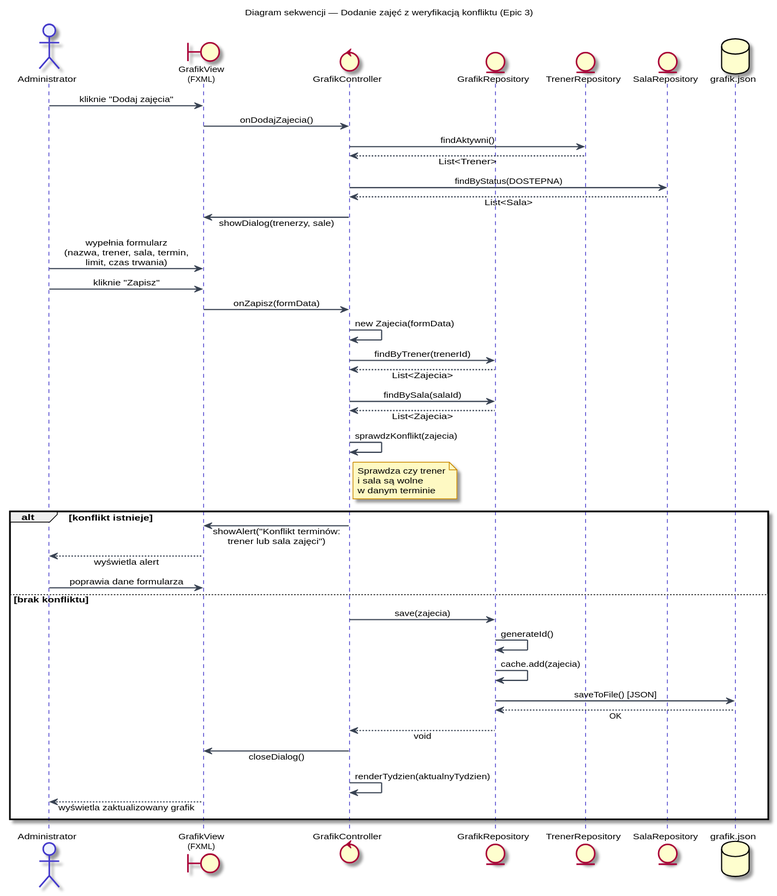
This is docs/SD_DodajZajecia.svg from SliceOf314159/salFit, a PlantUML export, as it was before one commit. Source of this version:
```plantuml
@startuml SD_DodajZajecia
title Diagram sekwencji — Dodanie zajęć z weryfikacją konfliktu (Epic 3)

skinparam defaultFontName Arial
skinparam defaultFontSize 11
skinparam sequenceMessageAlign center
skinparam responseMessageBelowArrow true

skinparam participant {
  BackgroundColor #EEF2FF
  BorderColor #4338CA
  FontColor #1a1f3c
}
skinparam actor {
  BackgroundColor #EEF2FF
  BorderColor #4338CA
}
skinparam sequence {
  ArrowColor #374151
  ArrowThickness 1.5
  LifeLineBorderColor #4338CA
  LifeLineBackgroundColor #E0E7FF
  DividerBackgroundColor #F0FDF4
  DividerBorderColor #16A34A
}
skinparam note {
  BackgroundColor #FEF9C3
  BorderColor #CA8A04
}

actor Administrator
boundary "GrafikView\n(FXML)" as View
control "GrafikController" as Controller
entity "GrafikRepository" as GrafikRepo
entity "TrenerRepository" as TrenerRepo
entity "SalaRepository" as SalaRepo
database "grafik.json" as File

Administrator -> View       : kliknie "Dodaj zajęcia"
View          -> Controller : onDodajZajecia()
Controller    -> TrenerRepo : findAktywni()
TrenerRepo    --> Controller : List<Trener>
Controller    -> SalaRepo   : findByStatus(DOSTEPNA)
SalaRepo      --> Controller : List<Sala>
Controller    -> View       : showDialog(trenerzy, sale)

Administrator -> View       : wypełnia formularz\n(nazwa, trener, sala, termin,\nlimit, czas trwania)
Administrator -> View       : kliknie "Zapisz"
View          -> Controller : onZapisz(formData)

Controller    -> Controller : new Zajecia(formData)
Controller    -> GrafikRepo : findByTrener(trenerId)
GrafikRepo    --> Controller : List<Zajecia>
Controller    -> GrafikRepo : findBySala(salaId)
GrafikRepo    --> Controller : List<Zajecia>
Controller    -> Controller : sprawdzKonflikt(zajecia)

note right of Controller
  Sprawdza czy trener
  i sala są wolne
  w danym terminie
end note

alt konflikt istnieje
  Controller  -> View       : showAlert("Konflikt terminów:\ntrener lub sala zajęci")
  View        --> Administrator : wyświetla alert
  Administrator -> View     : poprawia dane formularza
else brak konfliktu
  Controller  -> GrafikRepo : save(zajecia)
  GrafikRepo  -> GrafikRepo : generateId()
  GrafikRepo  -> GrafikRepo : cache.add(zajecia)
  GrafikRepo  -> File       : saveToFile() [JSON]
  File        --> GrafikRepo : OK
  GrafikRepo  --> Controller : void
  Controller  -> View       : closeDialog()
  Controller  -> Controller : renderTydzien(aktualnyTydzien)
  View        --> Administrator : wyświetla zaktualizowany grafik
end

@enduml
```
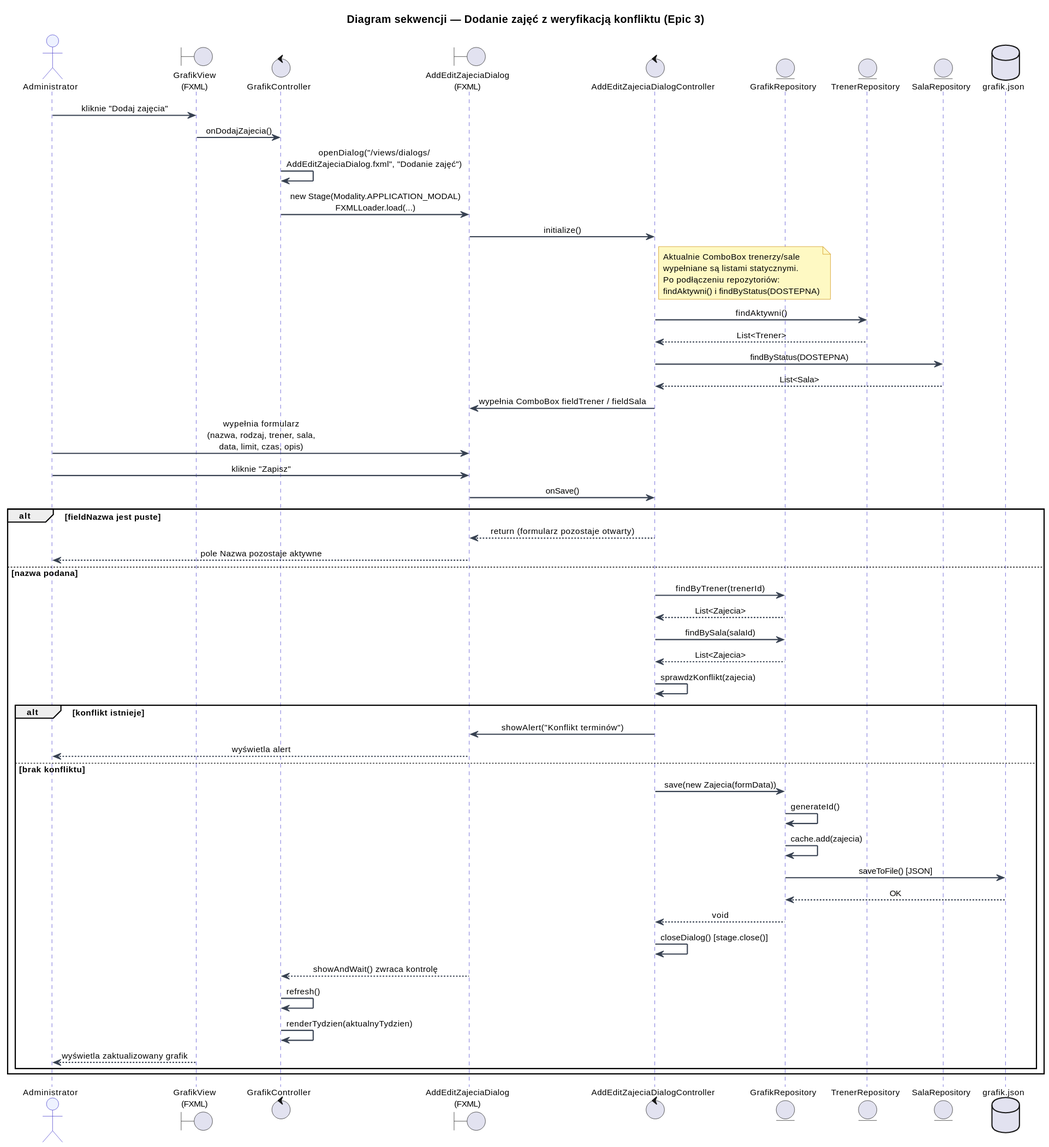
After the commit.

The edit, as a diff of the source:
```diff
@@ -1,4 +1,4 @@
-@startuml SD_DodajZajecia
+@startuml
 title Diagram sekwencji — Dodanie zajęć z weryfikacją konfliktu (Epic 3)
 
 skinparam defaultFontName Arial
@@ -31,6 +31,8 @@
 actor Administrator
 boundary "GrafikView\n(FXML)" as View
 control "GrafikController" as Controller
+boundary "AddEditZajeciaDialog\n(FXML)" as Dialog
+control "AddEditZajeciaDialogController" as DialogCtrl
 entity "GrafikRepository" as GrafikRepo
 entity "TrenerRepository" as TrenerRepo
 entity "SalaRepository" as SalaRepo
@@ -38,43 +40,53 @@
 
 Administrator -> View       : kliknie "Dodaj zajęcia"
 View          -> Controller : onDodajZajecia()
-Controller    -> TrenerRepo : findAktywni()
-TrenerRepo    --> Controller : List<Trener>
-Controller    -> SalaRepo   : findByStatus(DOSTEPNA)
-SalaRepo      --> Controller : List<Sala>
-Controller    -> View       : showDialog(trenerzy, sale)
 
-Administrator -> View       : wypełnia formularz\n(nazwa, trener, sala, termin,\nlimit, czas trwania)
-Administrator -> View       : kliknie "Zapisz"
-View          -> Controller : onZapisz(formData)
+Controller    -> Controller : openDialog("/views/dialogs/\nAddEditZajeciaDialog.fxml", "Dodanie zajęć")
+Controller    -> Dialog     : new Stage(Modality.APPLICATION_MODAL)\nFXMLLoader.load(...)
+Dialog        -> DialogCtrl : initialize()
 
-Controller    -> Controller : new Zajecia(formData)
-Controller    -> GrafikRepo : findByTrener(trenerId)
-GrafikRepo    --> Controller : List<Zajecia>
-Controller    -> GrafikRepo : findBySala(salaId)
-GrafikRepo    --> Controller : List<Zajecia>
-Controller    -> Controller : sprawdzKonflikt(zajecia)
-
-note right of Controller
-  Sprawdza czy trener
-  i sala są wolne
-  w danym terminie
+note right of DialogCtrl
+  Aktualnie ComboBox trenerzy/sale
+  wypełniane są listami statycznymi.
+  Po podłączeniu repozytoriów:
+  findAktywni() i findByStatus(DOSTEPNA)
 end note
 
-alt konflikt istnieje
-  Controller  -> View       : showAlert("Konflikt terminów:\ntrener lub sala zajęci")
-  View        --> Administrator : wyświetla alert
-  Administrator -> View     : poprawia dane formularza
-else brak konfliktu
-  Controller  -> GrafikRepo : save(zajecia)
-  GrafikRepo  -> GrafikRepo : generateId()
-  GrafikRepo  -> GrafikRepo : cache.add(zajecia)
-  GrafikRepo  -> File       : saveToFile() [JSON]
-  File        --> GrafikRepo : OK
-  GrafikRepo  --> Controller : void
-  Controller  -> View       : closeDialog()
-  Controller  -> Controller : renderTydzien(aktualnyTydzien)
-  View        --> Administrator : wyświetla zaktualizowany grafik
+DialogCtrl    -> TrenerRepo : findAktywni()
+TrenerRepo    --> DialogCtrl : List<Trener>
+DialogCtrl    -> SalaRepo   : findByStatus(DOSTEPNA)
+SalaRepo      --> DialogCtrl : List<Sala>
+DialogCtrl    -> Dialog     : wypełnia ComboBox fieldTrener / fieldSala
+
+Administrator -> Dialog     : wypełnia formularz\n(nazwa, rodzaj, trener, sala,\ndata, limit, czas, opis)
+Administrator -> Dialog     : kliknie "Zapisz"
+Dialog        -> DialogCtrl : onSave()
+
+alt fieldNazwa jest puste
+  DialogCtrl  --> Dialog    : return (formularz pozostaje otwarty)
+  Dialog      --> Administrator : pole Nazwa pozostaje aktywne
+else nazwa podana
+  DialogCtrl  -> GrafikRepo : findByTrener(trenerId)
+  GrafikRepo  --> DialogCtrl : List<Zajecia>
+  DialogCtrl  -> GrafikRepo : findBySala(salaId)
+  GrafikRepo  --> DialogCtrl : List<Zajecia>
+  DialogCtrl  -> DialogCtrl : sprawdzKonflikt(zajecia)
+
+  alt konflikt istnieje
+    DialogCtrl -> Dialog    : showAlert("Konflikt terminów")
+    Dialog     --> Administrator : wyświetla alert
+  else brak konfliktu
+    DialogCtrl -> GrafikRepo : save(new Zajecia(formData))
+    GrafikRepo -> GrafikRepo : generateId()
+    GrafikRepo -> GrafikRepo : cache.add(zajecia)
+    GrafikRepo -> File       : saveToFile() [JSON]
+    File       --> GrafikRepo : OK
+    GrafikRepo --> DialogCtrl : void
+    DialogCtrl -> DialogCtrl : closeDialog() [stage.close()]
+    Dialog     --> Controller : showAndWait() zwraca kontrolę
+    Controller -> Controller : refresh()
+    Controller -> Controller : renderTydzien(aktualnyTydzien)
+    View       --> Administrator : wyświetla zaktualizowany grafik
+  end
 end
-
 @enduml
```
